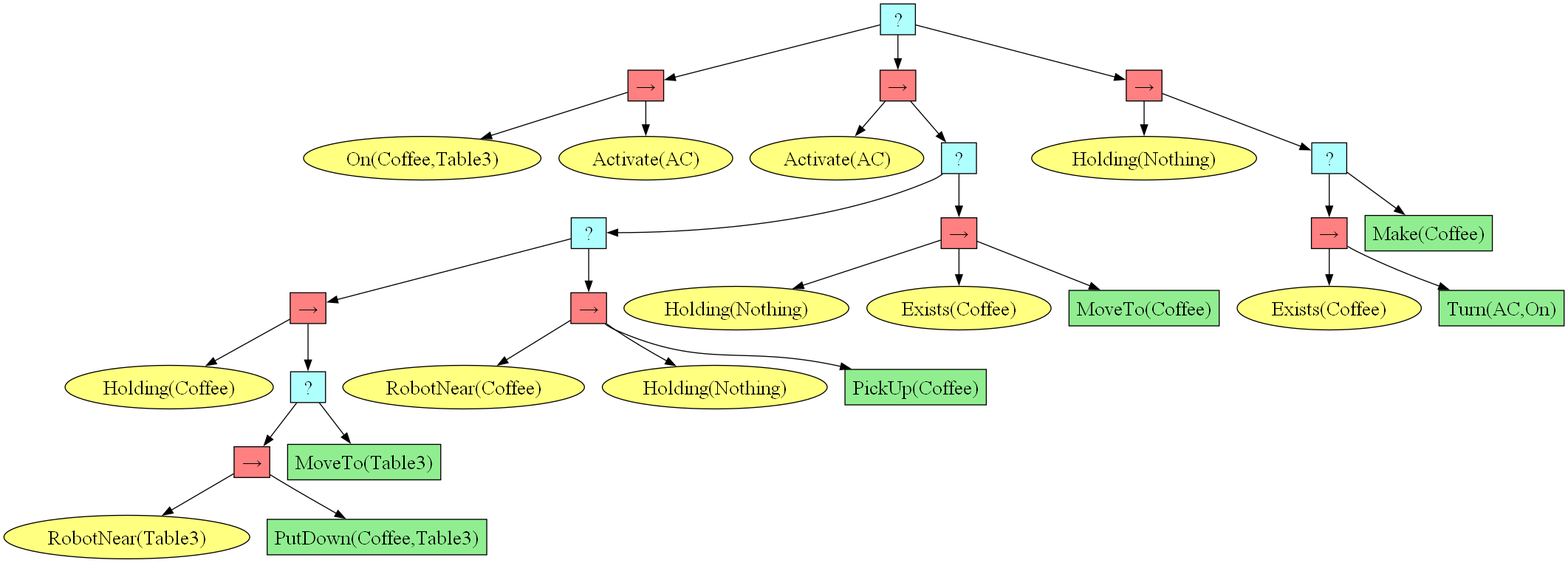
Before: test_exp/behavior_tree.png, a diagram exported from Graphviz (DIDS-EI/BTPG). Its source is kept beside it as test_exp/behavior_tree.dot.
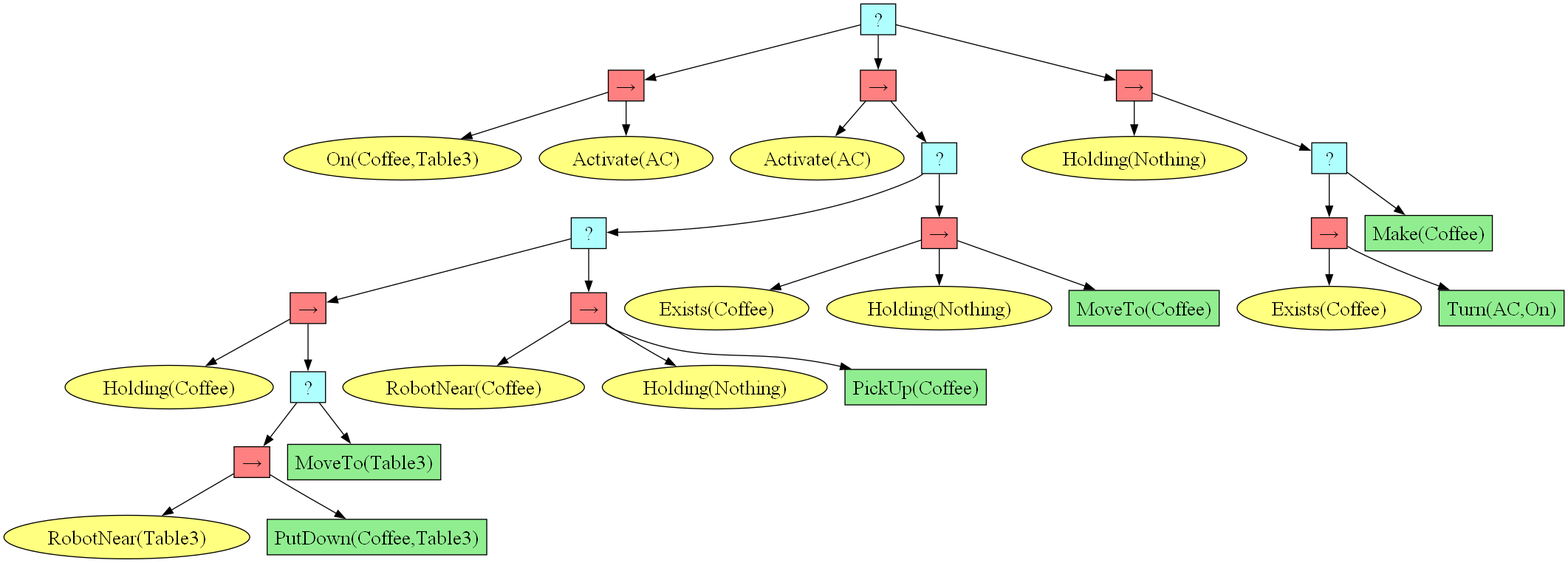
After the commit.

The edit, as a diff of the source:
```diff
@@ -3,63 +3,63 @@
 graph [fontname="times-roman"];
 node [fontname="times-roman"];
 edge [fontname="times-roman"];
-"50680822-8e47-41cf-b32c-23c562c227e6" [fillcolor="#B0FFFF", fontcolor=black, fontsize=20, height=0.01, label=" ? ", shape=box, style=filled, width=0.01];
-"8c1f03a9-753e-4ec4-8f8c-b8338b1f7605" [fillcolor="#FF8080", fontcolor=black, fontsize=20, height=0.01, label="&rarr;", shape=box, style=filled, width=0.01];
-"50680822-8e47-41cf-b32c-23c562c227e6" -> "8c1f03a9-753e-4ec4-8f8c-b8338b1f7605";
-"e6656691-579c-4e60-a2ee-961c8ffc5c30" [fillcolor="#FFFF80", fontcolor=black, fontsize=20, label="On(Coffee,Table3)", shape=ellipse, style=filled];
-"8c1f03a9-753e-4ec4-8f8c-b8338b1f7605" -> "e6656691-579c-4e60-a2ee-961c8ffc5c30";
-"e9ea0b88-65bd-43b9-86c2-92b1bd54bc23" [fillcolor="#FFFF80", fontcolor=black, fontsize=20, label="Activate(AC)", shape=ellipse, style=filled];
-"8c1f03a9-753e-4ec4-8f8c-b8338b1f7605" -> "e9ea0b88-65bd-43b9-86c2-92b1bd54bc23";
-"9cfd6960-1d68-43d5-9827-5c3369c995dd" [fillcolor="#FF8080", fontcolor=black, fontsize=20, height=0.01, label="&rarr;", shape=box, style=filled, width=0.01];
-"50680822-8e47-41cf-b32c-23c562c227e6" -> "9cfd6960-1d68-43d5-9827-5c3369c995dd";
-"bba1da41-0f1e-4c0f-8a77-36927a8a5d1b" [fillcolor="#FFFF80", fontcolor=black, fontsize=20, label="Activate(AC)", shape=ellipse, style=filled];
-"9cfd6960-1d68-43d5-9827-5c3369c995dd" -> "bba1da41-0f1e-4c0f-8a77-36927a8a5d1b";
-"1c739dbb-5350-4b6c-ba73-3d50d4c93bfd" [fillcolor="#B0FFFF", fontcolor=black, fontsize=20, height=0.01, label=" ? ", shape=box, style=filled, width=0.01];
-"9cfd6960-1d68-43d5-9827-5c3369c995dd" -> "1c739dbb-5350-4b6c-ba73-3d50d4c93bfd";
-"cce75249-d9fd-4e65-abea-160337b1f96b" [fillcolor="#B0FFFF", fontcolor=black, fontsize=20, height=0.01, label=" ? ", shape=box, style=filled, width=0.01];
-"1c739dbb-5350-4b6c-ba73-3d50d4c93bfd" -> "cce75249-d9fd-4e65-abea-160337b1f96b";
-"4bb018f9-5f77-4922-a4fa-0d0c6ab7f91e" [fillcolor="#FF8080", fontcolor=black, fontsize=20, height=0.01, label="&rarr;", shape=box, style=filled, width=0.01];
-"cce75249-d9fd-4e65-abea-160337b1f96b" -> "4bb018f9-5f77-4922-a4fa-0d0c6ab7f91e";
-"f1089355-c016-4cb1-b1e2-9493f795153b" [fillcolor="#FFFF80", fontcolor=black, fontsize=20, label="Holding(Coffee)", shape=ellipse, style=filled];
-"4bb018f9-5f77-4922-a4fa-0d0c6ab7f91e" -> "f1089355-c016-4cb1-b1e2-9493f795153b";
-"4da8dc95-eb01-4bb1-9cfe-b1e9e3fd81b2" [fillcolor="#B0FFFF", fontcolor=black, fontsize=20, height=0.01, label=" ? ", shape=box, style=filled, width=0.01];
-"4bb018f9-5f77-4922-a4fa-0d0c6ab7f91e" -> "4da8dc95-eb01-4bb1-9cfe-b1e9e3fd81b2";
-"f012afdc-2e4a-47f4-86ca-e5a84ec4fba2" [fillcolor="#FF8080", fontcolor=black, fontsize=20, height=0.01, label="&rarr;", shape=box, style=filled, width=0.01];
-"4da8dc95-eb01-4bb1-9cfe-b1e9e3fd81b2" -> "f012afdc-2e4a-47f4-86ca-e5a84ec4fba2";
-"adc20bb1-71ec-4710-8823-14a958c0e207" [fillcolor="#FFFF80", fontcolor=black, fontsize=20, label="RobotNear(Table3)", shape=ellipse, style=filled];
-"f012afdc-2e4a-47f4-86ca-e5a84ec4fba2" -> "adc20bb1-71ec-4710-8823-14a958c0e207";
-"fabc77a7-5436-4d52-af07-84bd445ab112" [fillcolor=lightgreen, fontcolor=black, fontsize=20, label="PutDown(Coffee,Table3)", shape=box, style=filled];
-"f012afdc-2e4a-47f4-86ca-e5a84ec4fba2" -> "fabc77a7-5436-4d52-af07-84bd445ab112";
-"046dd9e3-c441-4587-8a88-bdd58a6549f3" [fillcolor=lightgreen, fontcolor=black, fontsize=20, label="MoveTo(Table3)", shape=box, style=filled];
-"4da8dc95-eb01-4bb1-9cfe-b1e9e3fd81b2" -> "046dd9e3-c441-4587-8a88-bdd58a6549f3";
-"640bd10c-2b02-4397-a3d5-64d5b406f7fb" [fillcolor="#FF8080", fontcolor=black, fontsize=20, height=0.01, label="&rarr;", shape=box, style=filled, width=0.01];
-"cce75249-d9fd-4e65-abea-160337b1f96b" -> "640bd10c-2b02-4397-a3d5-64d5b406f7fb";
-"17b760a0-8e70-45e3-8880-101ca4e292c4" [fillcolor="#FFFF80", fontcolor=black, fontsize=20, label="RobotNear(Coffee)", shape=ellipse, style=filled];
-"640bd10c-2b02-4397-a3d5-64d5b406f7fb" -> "17b760a0-8e70-45e3-8880-101ca4e292c4";
-"132038d0-4edd-4535-ad9f-a0cb30414b14" [fillcolor="#FFFF80", fontcolor=black, fontsize=20, label="Holding(Nothing)", shape=ellipse, style=filled];
-"640bd10c-2b02-4397-a3d5-64d5b406f7fb" -> "132038d0-4edd-4535-ad9f-a0cb30414b14";
-"c7126943-5dba-4ee3-b968-8c1aca2c21aa" [fillcolor=lightgreen, fontcolor=black, fontsize=20, label="PickUp(Coffee)", shape=box, style=filled];
-"640bd10c-2b02-4397-a3d5-64d5b406f7fb" -> "c7126943-5dba-4ee3-b968-8c1aca2c21aa";
-"ae4e87fd-d699-49ad-bf1a-6db39e6f239a" [fillcolor="#FF8080", fontcolor=black, fontsize=20, height=0.01, label="&rarr;", shape=box, style=filled, width=0.01];
-"1c739dbb-5350-4b6c-ba73-3d50d4c93bfd" -> "ae4e87fd-d699-49ad-bf1a-6db39e6f239a";
-"decb817c-6033-4f9f-9285-c6ebc7218b4a" [fillcolor="#FFFF80", fontcolor=black, fontsize=20, label="Holding(Nothing)", shape=ellipse, style=filled];
-"ae4e87fd-d699-49ad-bf1a-6db39e6f239a" -> "decb817c-6033-4f9f-9285-c6ebc7218b4a";
-"3bdc7bbc-d9ec-44f6-9600-4933870385c9" [fillcolor="#FFFF80", fontcolor=black, fontsize=20, label="Exists(Coffee)", shape=ellipse, style=filled];
-"ae4e87fd-d699-49ad-bf1a-6db39e6f239a" -> "3bdc7bbc-d9ec-44f6-9600-4933870385c9";
-"fc725f68-3de6-48e1-87d5-29bbeb535cd7" [fillcolor=lightgreen, fontcolor=black, fontsize=20, label="MoveTo(Coffee)", shape=box, style=filled];
-"ae4e87fd-d699-49ad-bf1a-6db39e6f239a" -> "fc725f68-3de6-48e1-87d5-29bbeb535cd7";
-"97b7b4d7-0a2e-4161-8506-ece71626a2fe" [fillcolor="#FF8080", fontcolor=black, fontsize=20, height=0.01, label="&rarr;", shape=box, style=filled, width=0.01];
-"50680822-8e47-41cf-b32c-23c562c227e6" -> "97b7b4d7-0a2e-4161-8506-ece71626a2fe";
-"664bf6c2-409f-4ccf-8ad0-bda72cae4f1b" [fillcolor="#FFFF80", fontcolor=black, fontsize=20, label="Holding(Nothing)", shape=ellipse, style=filled];
-"97b7b4d7-0a2e-4161-8506-ece71626a2fe" -> "664bf6c2-409f-4ccf-8ad0-bda72cae4f1b";
-"13a1a829-57e5-47ff-8c83-651efd75cce0" [fillcolor="#B0FFFF", fontcolor=black, fontsize=20, height=0.01, label=" ? ", shape=box, style=filled, width=0.01];
-"97b7b4d7-0a2e-4161-8506-ece71626a2fe" -> "13a1a829-57e5-47ff-8c83-651efd75cce0";
-"94211690-45f1-4275-bfcc-1a2cc7f9ca5a" [fillcolor="#FF8080", fontcolor=black, fontsize=20, height=0.01, label="&rarr;", shape=box, style=filled, width=0.01];
-"13a1a829-57e5-47ff-8c83-651efd75cce0" -> "94211690-45f1-4275-bfcc-1a2cc7f9ca5a";
-"47fcca4c-eaef-4302-944d-20ba28d36ca1" [fillcolor="#FFFF80", fontcolor=black, fontsize=20, label="Exists(Coffee)", shape=ellipse, style=filled];
-"94211690-45f1-4275-bfcc-1a2cc7f9ca5a" -> "47fcca4c-eaef-4302-944d-20ba28d36ca1";
-"2ded373a-a29e-4d40-9d95-2c75ea5bbfa6" [fillcolor=lightgreen, fontcolor=black, fontsize=20, label="Turn(AC,On)", shape=box, style=filled];
-"94211690-45f1-4275-bfcc-1a2cc7f9ca5a" -> "2ded373a-a29e-4d40-9d95-2c75ea5bbfa6";
-"11a139e9-2cc6-4d33-953a-7e00c62d1720" [fillcolor=lightgreen, fontcolor=black, fontsize=20, label="Make(Coffee)", shape=box, style=filled];
-"13a1a829-57e5-47ff-8c83-651efd75cce0" -> "11a139e9-2cc6-4d33-953a-7e00c62d1720";
+"34a19ca0-0fbe-4056-8a72-8eb3d5da2c02" [fillcolor="#B0FFFF", fontcolor=black, fontsize=20, height=0.01, label=" ? ", shape=box, style=filled, width=0.01];
+"323f8d2c-ba91-422e-9818-ec222b9a08a6" [fillcolor="#FF8080", fontcolor=black, fontsize=20, height=0.01, label="&rarr;", shape=box, style=filled, width=0.01];
+"34a19ca0-0fbe-4056-8a72-8eb3d5da2c02" -> "323f8d2c-ba91-422e-9818-ec222b9a08a6";
+"8bbf36b4-bb47-4442-b671-87a81bb95b92" [fillcolor="#FFFF80", fontcolor=black, fontsize=20, label="On(Coffee,Table3)", shape=ellipse, style=filled];
+"323f8d2c-ba91-422e-9818-ec222b9a08a6" -> "8bbf36b4-bb47-4442-b671-87a81bb95b92";
+"9d35d95f-66da-4f33-8b60-67a6adf03b60" [fillcolor="#FFFF80", fontcolor=black, fontsize=20, label="Activate(AC)", shape=ellipse, style=filled];
+"323f8d2c-ba91-422e-9818-ec222b9a08a6" -> "9d35d95f-66da-4f33-8b60-67a6adf03b60";
+"1a3dc1e1-e78c-4251-9063-54b22ab9f140" [fillcolor="#FF8080", fontcolor=black, fontsize=20, height=0.01, label="&rarr;", shape=box, style=filled, width=0.01];
+"34a19ca0-0fbe-4056-8a72-8eb3d5da2c02" -> "1a3dc1e1-e78c-4251-9063-54b22ab9f140";
+"edda9bb5-5d80-4829-a66f-f4d9244ef62f" [fillcolor="#FFFF80", fontcolor=black, fontsize=20, label="Activate(AC)", shape=ellipse, style=filled];
+"1a3dc1e1-e78c-4251-9063-54b22ab9f140" -> "edda9bb5-5d80-4829-a66f-f4d9244ef62f";
+"aa7258eb-3653-48ad-be2b-69e1a2fbe213" [fillcolor="#B0FFFF", fontcolor=black, fontsize=20, height=0.01, label=" ? ", shape=box, style=filled, width=0.01];
+"1a3dc1e1-e78c-4251-9063-54b22ab9f140" -> "aa7258eb-3653-48ad-be2b-69e1a2fbe213";
+"5d1e0cb2-f457-435f-85fc-9e89969491ce" [fillcolor="#B0FFFF", fontcolor=black, fontsize=20, height=0.01, label=" ? ", shape=box, style=filled, width=0.01];
+"aa7258eb-3653-48ad-be2b-69e1a2fbe213" -> "5d1e0cb2-f457-435f-85fc-9e89969491ce";
+"b5f69b1d-6b72-46a3-8bf5-85674c190009" [fillcolor="#FF8080", fontcolor=black, fontsize=20, height=0.01, label="&rarr;", shape=box, style=filled, width=0.01];
+"5d1e0cb2-f457-435f-85fc-9e89969491ce" -> "b5f69b1d-6b72-46a3-8bf5-85674c190009";
+"86db094d-9e69-43b7-a8fb-7f1999c71744" [fillcolor="#FFFF80", fontcolor=black, fontsize=20, label="Holding(Coffee)", shape=ellipse, style=filled];
+"b5f69b1d-6b72-46a3-8bf5-85674c190009" -> "86db094d-9e69-43b7-a8fb-7f1999c71744";
+"1b3acef0-d2be-47e4-b06c-6e99b606c444" [fillcolor="#B0FFFF", fontcolor=black, fontsize=20, height=0.01, label=" ? ", shape=box, style=filled, width=0.01];
+"b5f69b1d-6b72-46a3-8bf5-85674c190009" -> "1b3acef0-d2be-47e4-b06c-6e99b606c444";
+"6ffb016b-ded9-4034-a2dd-65c7eeb5c558" [fillcolor="#FF8080", fontcolor=black, fontsize=20, height=0.01, label="&rarr;", shape=box, style=filled, width=0.01];
+"1b3acef0-d2be-47e4-b06c-6e99b606c444" -> "6ffb016b-ded9-4034-a2dd-65c7eeb5c558";
+"4be2b02c-ced7-4646-b9d9-d1869ec94f7c" [fillcolor="#FFFF80", fontcolor=black, fontsize=20, label="RobotNear(Table3)", shape=ellipse, style=filled];
+"6ffb016b-ded9-4034-a2dd-65c7eeb5c558" -> "4be2b02c-ced7-4646-b9d9-d1869ec94f7c";
+"e3cc0654-b172-42a7-b5f2-cff4e95f9528" [fillcolor=lightgreen, fontcolor=black, fontsize=20, label="PutDown(Coffee,Table3)", shape=box, style=filled];
+"6ffb016b-ded9-4034-a2dd-65c7eeb5c558" -> "e3cc0654-b172-42a7-b5f2-cff4e95f9528";
+"fb8c9bca-ddc2-4208-bb27-7314755e7140" [fillcolor=lightgreen, fontcolor=black, fontsize=20, label="MoveTo(Table3)", shape=box, style=filled];
+"1b3acef0-d2be-47e4-b06c-6e99b606c444" -> "fb8c9bca-ddc2-4208-bb27-7314755e7140";
+"17df22b5-ee78-430f-8dbc-316b016a686e" [fillcolor="#FF8080", fontcolor=black, fontsize=20, height=0.01, label="&rarr;", shape=box, style=filled, width=0.01];
+"5d1e0cb2-f457-435f-85fc-9e89969491ce" -> "17df22b5-ee78-430f-8dbc-316b016a686e";
+"9dadd5dd-30e9-43b6-bf2b-6180028d5480" [fillcolor="#FFFF80", fontcolor=black, fontsize=20, label="RobotNear(Coffee)", shape=ellipse, style=filled];
+"17df22b5-ee78-430f-8dbc-316b016a686e" -> "9dadd5dd-30e9-43b6-bf2b-6180028d5480";
+"bd805cff-9b04-4d88-a3d2-bd32851e9fa8" [fillcolor="#FFFF80", fontcolor=black, fontsize=20, label="Holding(Nothing)", shape=ellipse, style=filled];
+"17df22b5-ee78-430f-8dbc-316b016a686e" -> "bd805cff-9b04-4d88-a3d2-bd32851e9fa8";
+"7bfa6184-23b1-4a31-a349-524abd9a012c" [fillcolor=lightgreen, fontcolor=black, fontsize=20, label="PickUp(Coffee)", shape=box, style=filled];
+"17df22b5-ee78-430f-8dbc-316b016a686e" -> "7bfa6184-23b1-4a31-a349-524abd9a012c";
+"d79c0dc1-1696-4327-9b05-9ecd51a8c976" [fillcolor="#FF8080", fontcolor=black, fontsize=20, height=0.01, label="&rarr;", shape=box, style=filled, width=0.01];
+"aa7258eb-3653-48ad-be2b-69e1a2fbe213" -> "d79c0dc1-1696-4327-9b05-9ecd51a8c976";
+"92d6b382-08dd-4ddb-9fc5-a12efccc1003" [fillcolor="#FFFF80", fontcolor=black, fontsize=20, label="Exists(Coffee)", shape=ellipse, style=filled];
+"d79c0dc1-1696-4327-9b05-9ecd51a8c976" -> "92d6b382-08dd-4ddb-9fc5-a12efccc1003";
+"afef8107-e102-4362-9c65-e0eb8311c242" [fillcolor="#FFFF80", fontcolor=black, fontsize=20, label="Holding(Nothing)", shape=ellipse, style=filled];
+"d79c0dc1-1696-4327-9b05-9ecd51a8c976" -> "afef8107-e102-4362-9c65-e0eb8311c242";
+"6d70cc93-df03-4f5e-becc-886ca9ccbcb9" [fillcolor=lightgreen, fontcolor=black, fontsize=20, label="MoveTo(Coffee)", shape=box, style=filled];
+"d79c0dc1-1696-4327-9b05-9ecd51a8c976" -> "6d70cc93-df03-4f5e-becc-886ca9ccbcb9";
+"d8de4a3d-ca20-4c08-94e2-fb347f8fdb67" [fillcolor="#FF8080", fontcolor=black, fontsize=20, height=0.01, label="&rarr;", shape=box, style=filled, width=0.01];
+"34a19ca0-0fbe-4056-8a72-8eb3d5da2c02" -> "d8de4a3d-ca20-4c08-94e2-fb347f8fdb67";
+"028bed04-517d-4768-a334-aa4c28d0a9d1" [fillcolor="#FFFF80", fontcolor=black, fontsize=20, label="Holding(Nothing)", shape=ellipse, style=filled];
+"d8de4a3d-ca20-4c08-94e2-fb347f8fdb67" -> "028bed04-517d-4768-a334-aa4c28d0a9d1";
+"7eb5156b-bcfc-4950-8501-6dd90644c2ad" [fillcolor="#B0FFFF", fontcolor=black, fontsize=20, height=0.01, label=" ? ", shape=box, style=filled, width=0.01];
+"d8de4a3d-ca20-4c08-94e2-fb347f8fdb67" -> "7eb5156b-bcfc-4950-8501-6dd90644c2ad";
+"1531c7cf-24f0-42d4-8753-602075b8299e" [fillcolor="#FF8080", fontcolor=black, fontsize=20, height=0.01, label="&rarr;", shape=box, style=filled, width=0.01];
+"7eb5156b-bcfc-4950-8501-6dd90644c2ad" -> "1531c7cf-24f0-42d4-8753-602075b8299e";
+"1427fb6b-c91b-499c-9e88-f027434db1ea" [fillcolor="#FFFF80", fontcolor=black, fontsize=20, label="Exists(Coffee)", shape=ellipse, style=filled];
+"1531c7cf-24f0-42d4-8753-602075b8299e" -> "1427fb6b-c91b-499c-9e88-f027434db1ea";
+"c0e01c08-4807-4f36-8d82-79032e21ac60" [fillcolor=lightgreen, fontcolor=black, fontsize=20, label="Turn(AC,On)", shape=box, style=filled];
+"1531c7cf-24f0-42d4-8753-602075b8299e" -> "c0e01c08-4807-4f36-8d82-79032e21ac60";
+"3e221216-f3c8-4826-8950-cf1ca5cfe518" [fillcolor=lightgreen, fontcolor=black, fontsize=20, label="Make(Coffee)", shape=box, style=filled];
+"7eb5156b-bcfc-4950-8501-6dd90644c2ad" -> "3e221216-f3c8-4826-8950-cf1ca5cfe518";
 }
```
